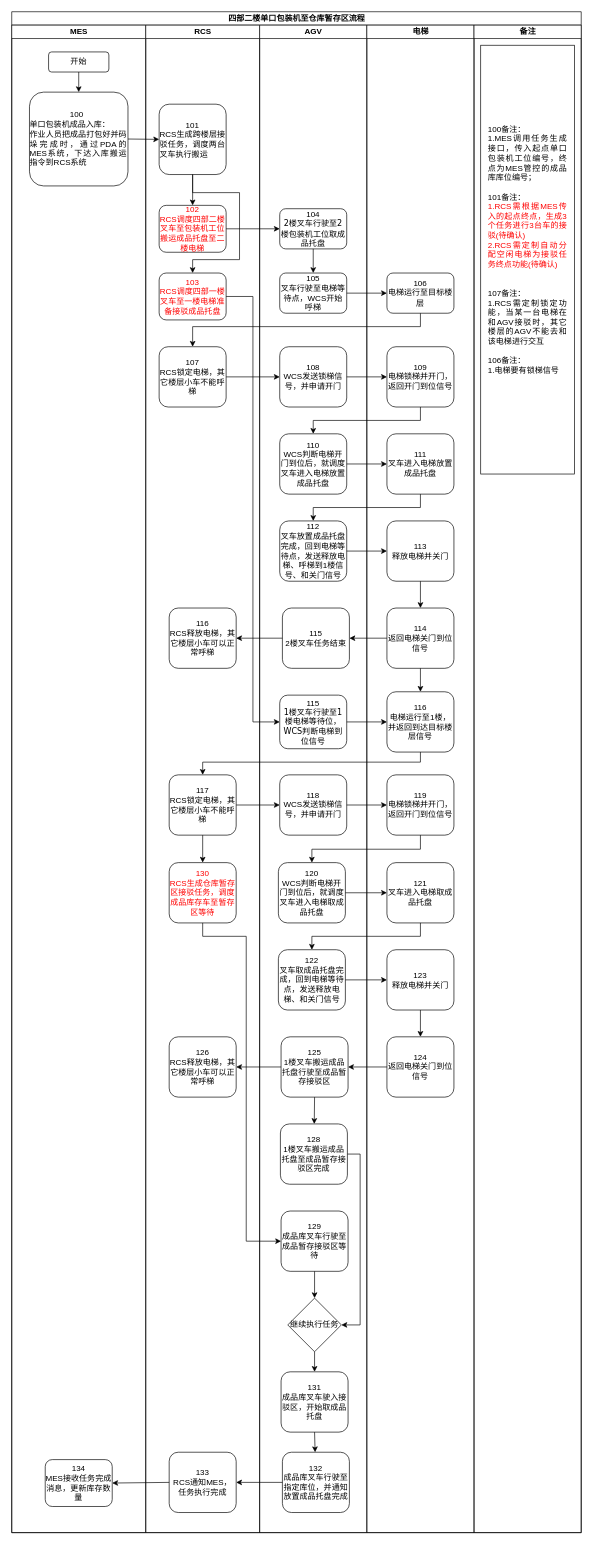
Before: page "四部二楼单口包装机至仓库暂存区流程" (6 of 21) of data/伍子醉作业流程图0221.drawio in chenyanxi/hosts, a draw.io diagram. Source tidied: cells renumbered, new cells numbered last; positions are measured from the earlier drawing's top-left corner, leaving out a move shared by most shapes. Both pictures are drawn from the tidied source at 67%, with x=0, y=0 at pixel (11, 11).
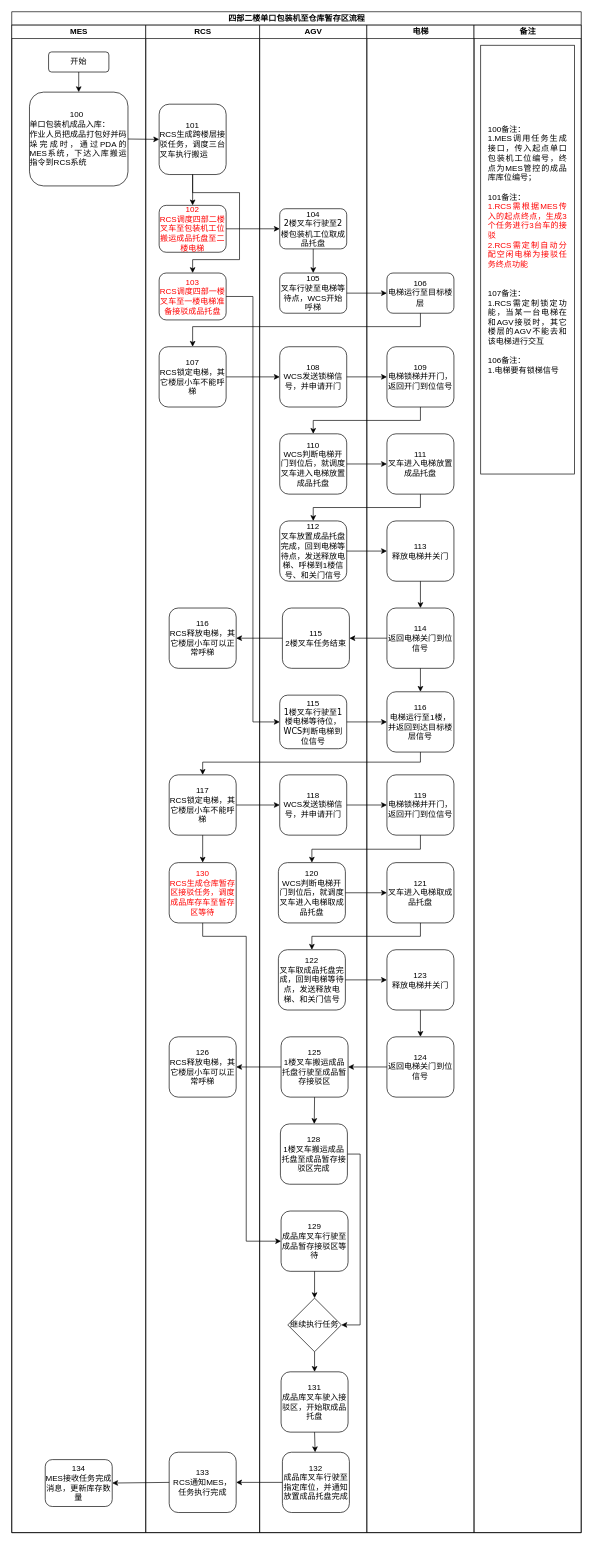
The same diagram, later.

The change refers to these unchanged cells:
```xml
<mxCell id="8" value="RCS" style="swimlane;html=1;startSize=20;" parent="2" vertex="1">
  <mxGeometry x="200" y="20" width="170" height="2250" as="geometry" />
</mxCell>
<mxCell id="59" value="备注" style="swimlane;html=1;startSize=20;" parent="2" vertex="1">
  <mxGeometry x="690" y="20" width="160" height="2250" as="geometry" />
</mxCell>
```

Diff of the diagram source:
```diff
@@
-    <mxCell id="9" value="&lt;font style=&quot;font-size: 12px;&quot; face=&quot;Helvetica&quot;&gt;101&lt;/font&gt;&lt;div style=&quot;text-align: justify;&quot;&gt;&lt;font style=&quot;font-size: 12px;&quot; face=&quot;Helvetica&quot;&gt;RCS生成跨楼层接驳任务，调度两台叉车执行搬运&lt;/font&gt;&lt;/div&gt;" style="rounded=1;whiteSpace=wrap;html=1;shadow=0;labelBackgroundColor=none;strokeWidth=1;fontFamily=Verdana;fontSize=8;align=center;" parent="8" vertex="1">
+    <mxCell id="9" value="&lt;font style=&quot;font-size: 12px;&quot; face=&quot;Helvetica&quot;&gt;101&lt;/font&gt;&lt;div style=&quot;text-align: justify;&quot;&gt;&lt;font style=&quot;font-size: 12px;&quot; face=&quot;Helvetica&quot;&gt;RCS生成跨楼层接驳任务，调度三台叉车执行搬运&lt;/font&gt;&lt;/div&gt;" style="rounded=1;whiteSpace=wrap;html=1;shadow=0;labelBackgroundColor=none;strokeWidth=1;fontFamily=Verdana;fontSize=8;align=center;" parent="8" vertex="1">
       <mxGeometry x="20" y="118" width="100" height="105" as="geometry" />
     </mxCell>
@@
-    <mxCell id="60" value="&lt;div style=&quot;&quot;&gt;&lt;div style=&quot;text-align: justify;&quot;&gt;100备注：&lt;/div&gt;&lt;div style=&quot;text-align: justify;&quot;&gt;&lt;span style=&quot;background-color: transparent; color: light-dark(rgb(0, 0, 0), rgb(255, 255, 255));&quot;&gt;1.MES调用任务生成接口，传入起点单口包装机工位编号，终点为MES管控的成品库库位编号；&lt;/span&gt;&lt;/div&gt;&lt;div style=&quot;text-align: justify;&quot;&gt;&lt;span style=&quot;background-color: transparent; color: light-dark(rgb(0, 0, 0), rgb(255, 255, 255));&quot;&gt;&lt;br&gt;&lt;/span&gt;&lt;/div&gt;&lt;div style=&quot;text-align: justify;&quot;&gt;&lt;span style=&quot;background-color: transparent; color: light-dark(rgb(0, 0, 0), rgb(255, 255, 255));&quot;&gt;101备注：&lt;/span&gt;&lt;/div&gt;&lt;div style=&quot;text-align: justify;&quot;&gt;&lt;span style=&quot;background-color: transparent;&quot;&gt;&lt;font style=&quot;color: light-dark(rgb(255, 0, 0), rgb(255, 255, 255));&quot;&gt;1.RCS需根据MES传入的起点终点，生成3个任务进行3台车的接驳(待确认)&lt;/font&gt;&lt;/span&gt;&lt;/div&gt;&lt;div style=&quot;text-align: justify;&quot;&gt;&lt;div&gt;&lt;span style=&quot;background-color: initial; text-align: center;&quot;&gt;&lt;font style=&quot;color: rgb(255, 0, 0);&quot;&gt;2.RCS需定制自动分配空闲电梯为接驳任务终点功能(待确认)&lt;/font&gt;&lt;/span&gt;&lt;/div&gt;&lt;div&gt;&lt;span style=&quot;text-align: center; background-color: initial;&quot;&gt;&lt;br&gt;&lt;/span&gt;&lt;/div&gt;&lt;div&gt;&lt;span style=&quot;text-align: center; background-color: initial;&quot;&gt;&lt;br&gt;&lt;/span&gt;&lt;/div&gt;&lt;div&gt;&lt;span style=&quot;text-align: center; background-color: initial;&quot;&gt;107备注：&lt;/span&gt;&lt;/div&gt;&lt;div&gt;&lt;span style=&quot;text-align: center; background-color: initial;&quot;&gt;1.RCS需定制锁定功能，当某一台电梯在和AGV接驳时，其它楼层的AGV不能去和该电梯进行交互&lt;/span&gt;&lt;/div&gt;&lt;div&gt;&lt;span style=&quot;text-align: center; background-color: initial;&quot;&gt;&lt;br&gt;&lt;/span&gt;&lt;/div&gt;&lt;div&gt;&lt;span style=&quot;text-align: center; background-color: initial;&quot;&gt;106备注：&lt;/span&gt;&lt;/div&gt;&lt;div&gt;&lt;span style=&quot;text-align: center; background-color: initial;&quot;&gt;1.电梯要有锁梯信号&lt;/span&gt;&lt;/div&gt;&lt;/div&gt;&lt;div style=&quot;text-align: justify;&quot;&gt;&lt;br&gt;&lt;/div&gt;&lt;div style=&quot;text-align: justify;&quot;&gt;&lt;br&gt;&lt;/div&gt;&lt;/div&gt;" style="rounded=0;whiteSpace=wrap;html=1;spacingTop=5;spacingLeft=10;spacingBottom=5;spacingRight=10;" parent="59" vertex="1">
+    <mxCell id="60" value="&lt;div style=&quot;&quot;&gt;&lt;div style=&quot;text-align: justify;&quot;&gt;100备注：&lt;/div&gt;&lt;div style=&quot;text-align: justify;&quot;&gt;&lt;span style=&quot;background-color: transparent; color: light-dark(rgb(0, 0, 0), rgb(255, 255, 255));&quot;&gt;1.MES调用任务生成接口，传入起点单口包装机工位编号，终点为MES管控的成品库库位编号；&lt;/span&gt;&lt;/div&gt;&lt;div style=&quot;text-align: justify;&quot;&gt;&lt;span style=&quot;background-color: transparent; color: light-dark(rgb(0, 0, 0), rgb(255, 255, 255));&quot;&gt;&lt;br&gt;&lt;/span&gt;&lt;/div&gt;&lt;div style=&quot;text-align: justify;&quot;&gt;&lt;span style=&quot;background-color: transparent; color: light-dark(rgb(0, 0, 0), rgb(255, 255, 255));&quot;&gt;101备注：&lt;/span&gt;&lt;/div&gt;&lt;div style=&quot;text-align: justify;&quot;&gt;&lt;span style=&quot;background-color: transparent;&quot;&gt;&lt;font style=&quot;color: light-dark(rgb(255, 0, 0), rgb(255, 255, 255));&quot;&gt;1.RCS需根据MES传入的起点终点，生成3个任务进行3台车的接驳&lt;/font&gt;&lt;/span&gt;&lt;/div&gt;&lt;div style=&quot;text-align: justify;&quot;&gt;&lt;div&gt;&lt;span style=&quot;background-color: initial; text-align: center;&quot;&gt;&lt;font style=&quot;color: rgb(255, 0, 0);&quot;&gt;2.RCS需定制自动分配空闲电梯为接驳任务终点功能&lt;/font&gt;&lt;/span&gt;&lt;/div&gt;&lt;div&gt;&lt;span style=&quot;text-align: center; background-color: initial;&quot;&gt;&lt;br&gt;&lt;/span&gt;&lt;/div&gt;&lt;div&gt;&lt;span style=&quot;text-align: center; background-color: initial;&quot;&gt;&lt;br&gt;&lt;/span&gt;&lt;/div&gt;&lt;div&gt;&lt;span style=&quot;text-align: center; background-color: initial;&quot;&gt;107备注：&lt;/span&gt;&lt;/div&gt;&lt;div&gt;&lt;span style=&quot;text-align: center; background-color: initial;&quot;&gt;1.RCS需定制锁定功能，当某一台电梯在和AGV接驳时，其它楼层的AGV不能去和该电梯进行交互&lt;/span&gt;&lt;/div&gt;&lt;div&gt;&lt;span style=&quot;text-align: center; background-color: initial;&quot;&gt;&lt;br&gt;&lt;/span&gt;&lt;/div&gt;&lt;div&gt;&lt;span style=&quot;text-align: center; background-color: initial;&quot;&gt;106备注：&lt;/span&gt;&lt;/div&gt;&lt;div&gt;&lt;span style=&quot;text-align: center; background-color: initial;&quot;&gt;1.电梯要有锁梯信号&lt;/span&gt;&lt;/div&gt;&lt;/div&gt;&lt;div style=&quot;text-align: justify;&quot;&gt;&lt;br&gt;&lt;/div&gt;&lt;div style=&quot;text-align: justify;&quot;&gt;&lt;br&gt;&lt;/div&gt;&lt;/div&gt;" style="rounded=0;whiteSpace=wrap;html=1;spacingTop=5;spacingLeft=10;spacingBottom=5;spacingRight=10;" parent="59" vertex="1">
       <mxGeometry x="10" y="30" width="140" height="640" as="geometry" />
     </mxCell>
```
